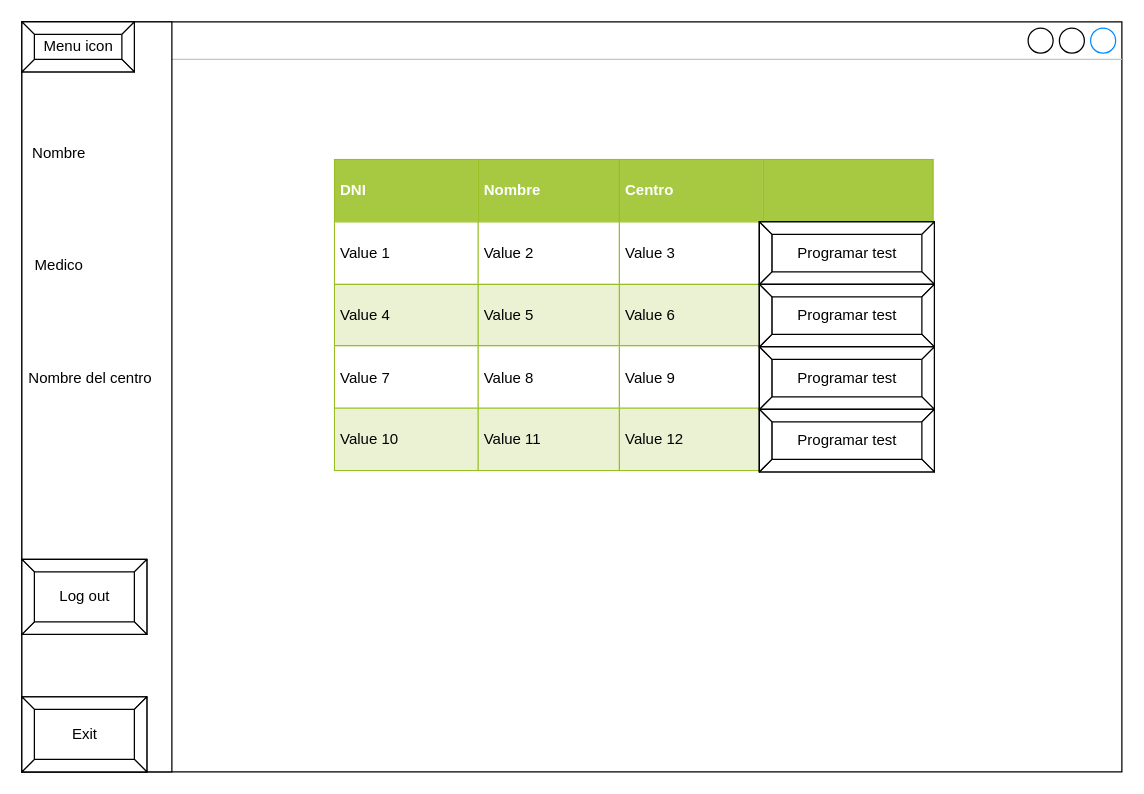
Before: wireframes/auxiliar_menu.drawio in algoriasmart/medchain, a draw.io diagram. Source tidied: cells renumbered, new cells numbered last; positions are measured from the earlier drawing's top-left corner, leaving out a move shared by most shapes. Both pictures are drawn from the tidied source at 125%, with x=0, y=0 at pixel (21, 21).
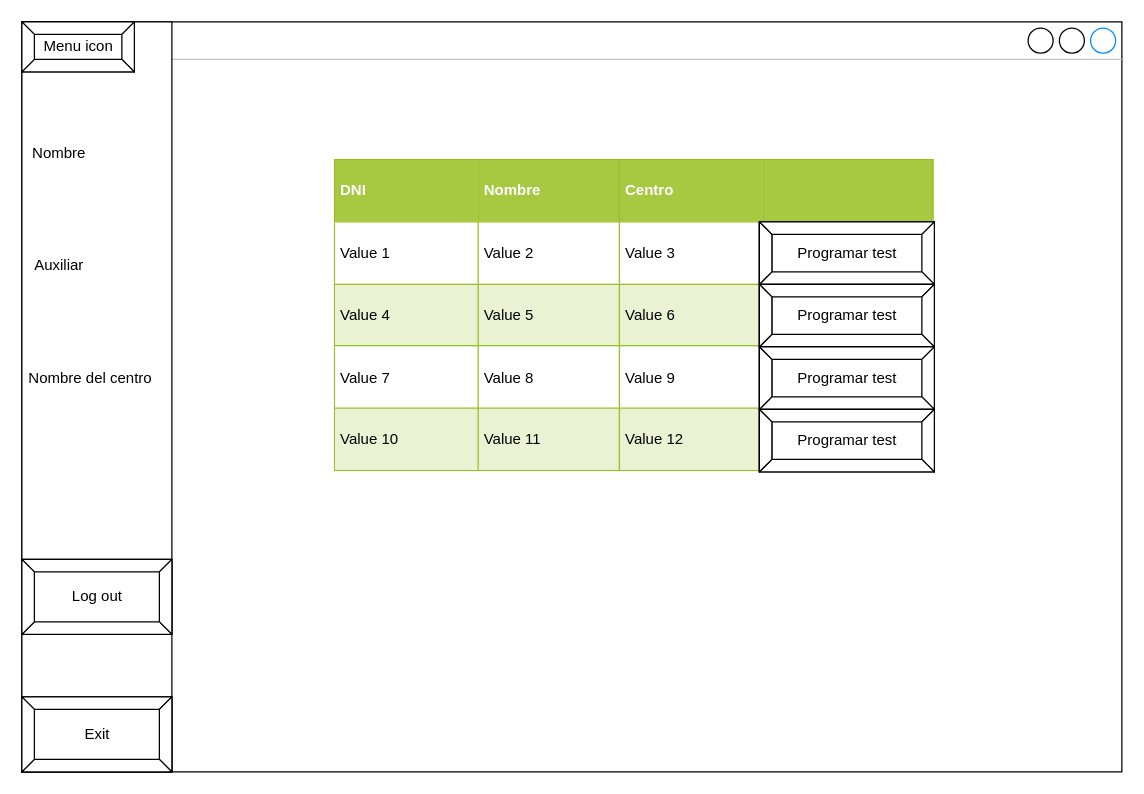
The same diagram, later.

The edit, as a diff of the source:
```diff
@@
 <mxGraphModel>
   <root>
     <mxCell id="0" />
     <mxCell id="1" parent="0" />
     <mxCell id="2" value="&lt;div&gt;&lt;br&gt;&lt;/div&gt;" style="strokeWidth=1;shadow=0;dashed=0;align=center;html=1;shape=mxgraph.mockup.containers.window;align=left;verticalAlign=top;spacingLeft=8;strokeColor2=#008cff;strokeColor3=#c4c4c4;fontColor=#666666;mainText=;fontSize=17;labelBackgroundColor=none;" parent="1" vertex="1">
       <mxGeometry width="880" height="600" as="geometry" />
     </mxCell>
     <mxCell id="3" value="&lt;table style=&quot;width: 100% ; height: 100% ; border-collapse: collapse&quot; width=&quot;100%&quot; cellpadding=&quot;4&quot; border=&quot;1&quot;&gt;&lt;tbody&gt;&lt;tr style=&quot;background-color: #a7c942 ; color: #ffffff ; border: 1px solid #98bf21&quot;&gt;&lt;th align=&quot;left&quot;&gt;DNI&lt;span style=&quot;white-space: pre&quot;&gt; &lt;/span&gt;&lt;/th&gt;&lt;th align=&quot;left&quot;&gt;Nombre&lt;/th&gt;&lt;th align=&quot;left&quot;&gt;Centro&lt;/th&gt;&lt;td&gt;&amp;nbsp;&amp;nbsp;&amp;nbsp;&amp;nbsp;&amp;nbsp;&amp;nbsp;&amp;nbsp;&amp;nbsp;&amp;nbsp;&amp;nbsp;&amp;nbsp;&amp;nbsp;&amp;nbsp;&amp;nbsp;&amp;nbsp;&amp;nbsp;&amp;nbsp; &lt;br&gt;&lt;/td&gt;&lt;/tr&gt;&lt;tr style=&quot;border: 1px solid #98bf21&quot;&gt;&lt;td&gt;Value 1&lt;/td&gt;&lt;td&gt;Value 2&lt;/td&gt;&lt;td&gt;Value 3&lt;/td&gt;&lt;td&gt;&lt;br&gt;&lt;/td&gt;&lt;/tr&gt;&lt;tr style=&quot;background-color: #eaf2d3 ; border: 1px solid #98bf21&quot;&gt;&lt;td&gt;Value 4&lt;/td&gt;&lt;td&gt;Value 5&lt;/td&gt;&lt;td&gt;Value 6&lt;/td&gt;&lt;td&gt;&lt;br&gt;&lt;/td&gt;&lt;/tr&gt;&lt;tr style=&quot;border: 1px solid #98bf21&quot;&gt;&lt;td&gt;Value 7&lt;/td&gt;&lt;td&gt;Value 8&lt;/td&gt;&lt;td&gt;Value 9&lt;/td&gt;&lt;td&gt;&lt;br&gt;&lt;/td&gt;&lt;/tr&gt;&lt;tr style=&quot;background-color: #eaf2d3 ; border: 1px solid #98bf21&quot;&gt;&lt;td&gt;Value 10&lt;/td&gt;&lt;td&gt;Value 11&lt;/td&gt;&lt;td&gt;Value 12&lt;/td&gt;&lt;td&gt;&lt;br&gt;&lt;/td&gt;&lt;/tr&gt;&lt;/tbody&gt;&lt;/table&gt;" style="text;html=1;overflow=fill;rounded=0;" parent="1" vertex="1">
       <mxGeometry x="250" y="110" width="480" height="250" as="geometry" />
     </mxCell>
     <mxCell id="4" value="Programar test" style="labelPosition=center;verticalLabelPosition=middle;align=center;html=1;shape=mxgraph.basic.button;dx=10;" parent="1" vertex="1">
       <mxGeometry x="590" y="160" width="140" height="50" as="geometry" />
     </mxCell>
     <mxCell id="5" value="Programar test" style="labelPosition=center;verticalLabelPosition=middle;align=center;html=1;shape=mxgraph.basic.button;dx=10;" parent="1" vertex="1">
       <mxGeometry x="590" y="210" width="140" height="50" as="geometry" />
     </mxCell>
     <mxCell id="6" value="Programar test" style="labelPosition=center;verticalLabelPosition=middle;align=center;html=1;shape=mxgraph.basic.button;dx=10;" parent="1" vertex="1">
       <mxGeometry x="590" y="260" width="140" height="50" as="geometry" />
     </mxCell>
     <mxCell id="7" value="Programar test" style="labelPosition=center;verticalLabelPosition=middle;align=center;html=1;shape=mxgraph.basic.button;dx=10;" parent="1" vertex="1">
       <mxGeometry x="590" y="310" width="140" height="50" as="geometry" />
     </mxCell>
     <mxCell id="8" style="rounded=0;whiteSpace=wrap;html=1;" parent="1" vertex="1">
       <mxGeometry width="120" height="600" as="geometry" />
     </mxCell>
     <mxCell id="9" value="Menu icon" style="labelPosition=center;verticalLabelPosition=middle;align=center;html=1;shape=mxgraph.basic.button;dx=10;" parent="1" vertex="1">
       <mxGeometry width="90" height="40" as="geometry" />
     </mxCell>
     <mxCell id="10" value="Nombre" style="text;html=1;strokeColor=none;fillColor=none;align=center;verticalAlign=middle;whiteSpace=wrap;rounded=0;" parent="1" vertex="1">
       <mxGeometry y="90" width="60" height="30" as="geometry" />
     </mxCell>
-    <mxCell id="11" value="Medico" style="text;html=1;strokeColor=none;fillColor=none;align=center;verticalAlign=middle;whiteSpace=wrap;rounded=0;" parent="1" vertex="1">
+    <mxCell id="11" value="Auxiliar" style="text;html=1;strokeColor=none;fillColor=none;align=center;verticalAlign=middle;whiteSpace=wrap;rounded=0;" parent="1" vertex="1">
       <mxGeometry y="180" width="60" height="30" as="geometry" />
     </mxCell>
     <mxCell id="12" value="Nombre del centro" style="text;html=1;strokeColor=none;fillColor=none;align=center;verticalAlign=middle;whiteSpace=wrap;rounded=0;" parent="1" vertex="1">
       <mxGeometry y="270" width="110" height="30" as="geometry" />
     </mxCell>
     <mxCell id="13" value="Log out" style="labelPosition=center;verticalLabelPosition=middle;align=center;html=1;shape=mxgraph.basic.button;dx=10;" parent="1" vertex="1">
-      <mxGeometry y="430" width="100" height="60" as="geometry" />
+      <mxGeometry y="430" width="120" height="60" as="geometry" />
     </mxCell>
     <mxCell id="14" value="Exit" style="labelPosition=center;verticalLabelPosition=middle;align=center;html=1;shape=mxgraph.basic.button;dx=10;" parent="1" vertex="1">
-      <mxGeometry y="540" width="100" height="60" as="geometry" />
+      <mxGeometry y="540" width="120" height="60" as="geometry" />
     </mxCell>
   </root>
 </mxGraphModel>
```
